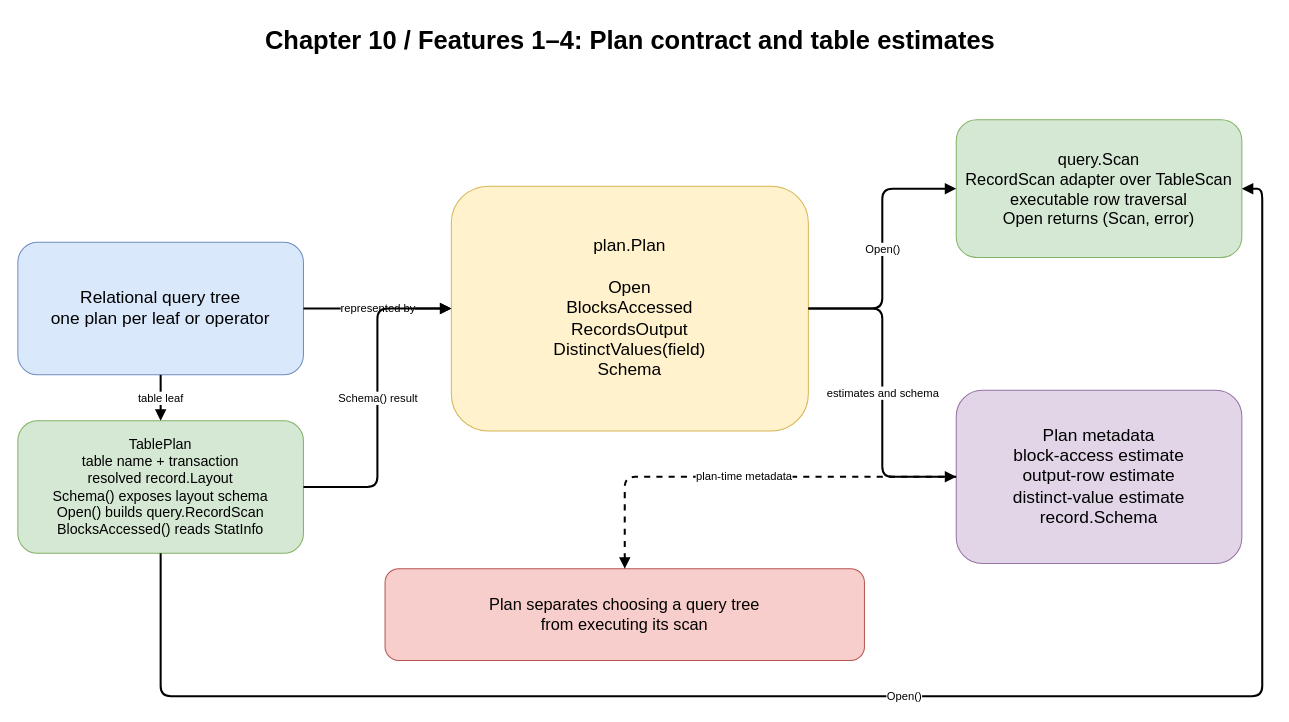
The draw.io diagram docs/diagrams/ch10-plan-contract.drawio in Rwatana/simledb_in_go, before the edit. Source tidied: cells renumbered, new cells numbered last; positions are measured from the earlier drawing's top-left corner, leaving out a move shared by most shapes. Both pictures are drawn from the tidied source at 102%, with x=0, y=0 at pixel (17, 17).
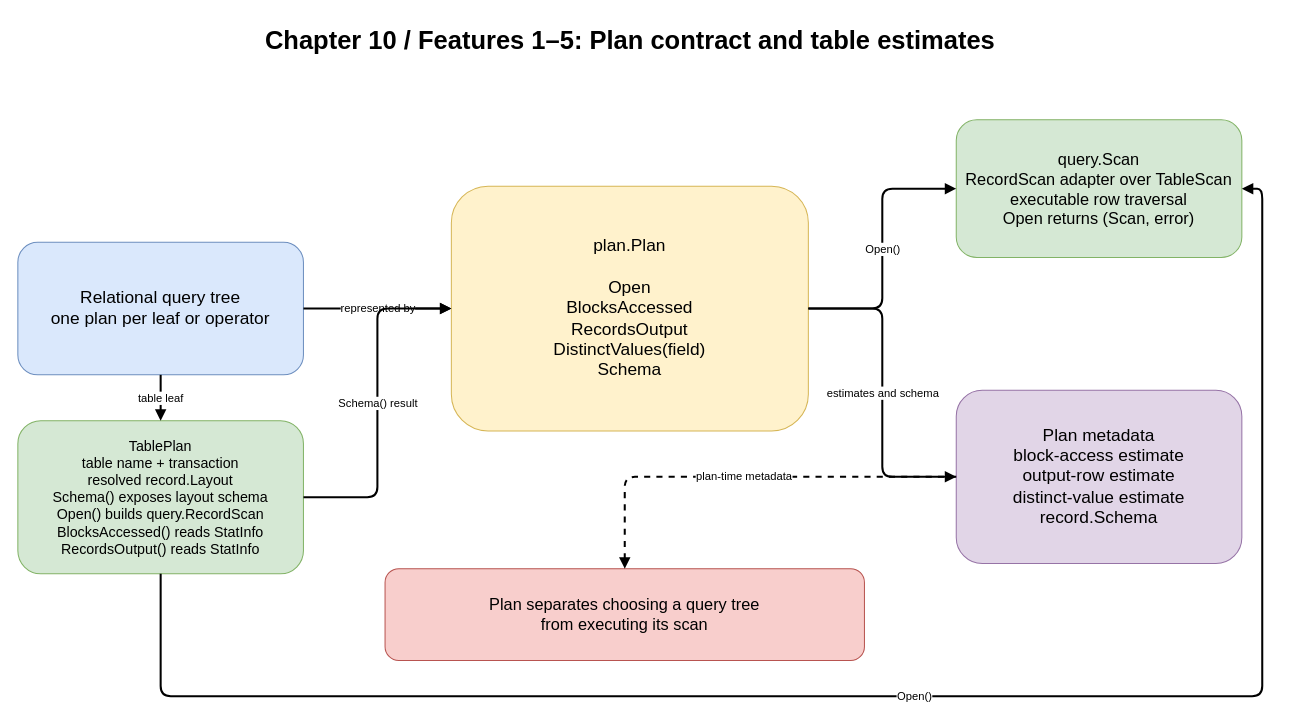
The same diagram, later.

Commit message (it also covers changes not shown here):
feat: estimate table plan output rows

What changed in the source:
```diff
@@
 <mxGraphModel>
   <root>
     <mxCell id="0" />
     <mxCell id="1" parent="0" />
-    <mxCell id="2" value="Chapter 10 / Features 1–4: Plan contract and table estimates" style="text;html=1;align=center;fontSize=25;fontStyle=1;" parent="1" vertex="1">
+    <mxCell id="2" value="Chapter 10 / Features 1–5: Plan contract and table estimates" style="text;html=1;align=center;fontSize=25;fontStyle=1;" parent="1" vertex="1">
       <mxGeometry x="100" width="1000" height="55" as="geometry" />
     </mxCell>
     <mxCell id="3" value="Relational query tree&#10;one plan per leaf or operator" style="rounded=1;whiteSpace=wrap;html=1;fillColor=#dae8fc;strokeColor=#6c8ebf;fontSize=17;" parent="1" vertex="1">
       <mxGeometry y="220" width="280" height="130" as="geometry" />
     </mxCell>
-    <mxCell id="4" value="TablePlan&#10;table name + transaction&#10;resolved record.Layout&#10;Schema() exposes layout schema&#10;Open() builds query.RecordScan&#10;BlocksAccessed() reads StatInfo" style="rounded=1;whiteSpace=wrap;html=1;fillColor=#d5e8d4;strokeColor=#82b366;fontSize=14;" parent="1" vertex="1">
-      <mxGeometry y="395" width="280" height="130" as="geometry" />
+    <mxCell id="4" value="TablePlan&#10;table name + transaction&#10;resolved record.Layout&#10;Schema() exposes layout schema&#10;Open() builds query.RecordScan&#10;BlocksAccessed() reads StatInfo&#10;RecordsOutput() reads StatInfo" style="rounded=1;whiteSpace=wrap;html=1;fillColor=#d5e8d4;strokeColor=#82b366;fontSize=14;" parent="1" vertex="1">
+      <mxGeometry y="395" width="280" height="150" as="geometry" />
     </mxCell>
     <mxCell id="5" value="plan.Plan&#10;&#10;Open&#10;BlocksAccessed&#10;RecordsOutput&#10;DistinctValues(field)&#10;Schema" style="rounded=1;whiteSpace=wrap;html=1;fillColor=#fff2cc;strokeColor=#d6b656;fontSize=17;" parent="1" vertex="1">
       <mxGeometry x="425" y="165" width="350" height="240" as="geometry" />
     </mxCell>
     <mxCell id="6" value="query.Scan&#10;RecordScan adapter over TableScan&#10;executable row traversal&#10;Open returns (Scan, error)" style="rounded=1;whiteSpace=wrap;html=1;fillColor=#d5e8d4;strokeColor=#82b366;fontSize=16;" parent="1" vertex="1">
       <mxGeometry x="920" y="100" width="280" height="135" as="geometry" />
     </mxCell>
     <mxCell id="7" value="Plan metadata&#10;block-access estimate&#10;output-row estimate&#10;distinct-value estimate&#10;record.Schema" style="rounded=1;whiteSpace=wrap;html=1;fillColor=#e1d5e7;strokeColor=#9673a6;fontSize=17;" parent="1" vertex="1">
       <mxGeometry x="920" y="365" width="280" height="170" as="geometry" />
     </mxCell>
     <mxCell id="8" value="Plan separates choosing a query tree&#10;from executing its scan" style="rounded=1;whiteSpace=wrap;html=1;fillColor=#f8cecc;strokeColor=#b85450;fontSize=16;" parent="1" vertex="1">
       <mxGeometry x="360" y="540" width="470" height="90" as="geometry" />
     </mxCell>
     <mxCell id="9" value="represented by" style="edgeStyle=orthogonalEdgeStyle;html=1;endArrow=block;strokeWidth=2;" parent="1" edge="1" source="3" target="5">
       <mxGeometry relative="1" as="geometry" />
     </mxCell>
     <mxCell id="10" value="table leaf" style="edgeStyle=orthogonalEdgeStyle;html=1;endArrow=block;strokeWidth=2;" parent="1" edge="1" source="3" target="4">
       <mxGeometry relative="1" as="geometry" />
     </mxCell>
     <mxCell id="11" value="Schema() result" style="edgeStyle=orthogonalEdgeStyle;html=1;endArrow=block;strokeWidth=2;" parent="1" edge="1" source="4" target="5">
       <mxGeometry relative="1" as="geometry" />
     </mxCell>
     <mxCell id="12" value="Open()" style="edgeStyle=orthogonalEdgeStyle;html=1;endArrow=block;strokeWidth=2;exitX=0.5;exitY=1;exitDx=0;exitDy=0;entryX=1;entryY=0.5;entryDx=0;entryDy=0;" parent="1" edge="1" source="4" target="6">
       <mxGeometry relative="1" as="geometry">
         <Array as="points">
           <mxPoint x="140" y="665" />
           <mxPoint x="1220" y="665" />
           <mxPoint x="1220" y="167" />
         </Array>
       </mxGeometry>
     </mxCell>
     <mxCell id="13" value="Open()" style="edgeStyle=orthogonalEdgeStyle;html=1;endArrow=block;strokeWidth=2;" parent="1" edge="1" source="5" target="6">
       <mxGeometry relative="1" as="geometry" />
     </mxCell>
     <mxCell id="14" value="estimates and schema" style="edgeStyle=orthogonalEdgeStyle;html=1;endArrow=block;strokeWidth=2;" parent="1" edge="1" source="5" target="7">
       <mxGeometry relative="1" as="geometry" />
     </mxCell>
     <mxCell id="15" value="plan-time metadata" style="edgeStyle=orthogonalEdgeStyle;html=1;endArrow=block;strokeWidth=2;dashed=1;" parent="1" edge="1" source="7" target="8">
       <mxGeometry relative="1" as="geometry" />
     </mxCell>
   </root>
 </mxGraphModel>
```
